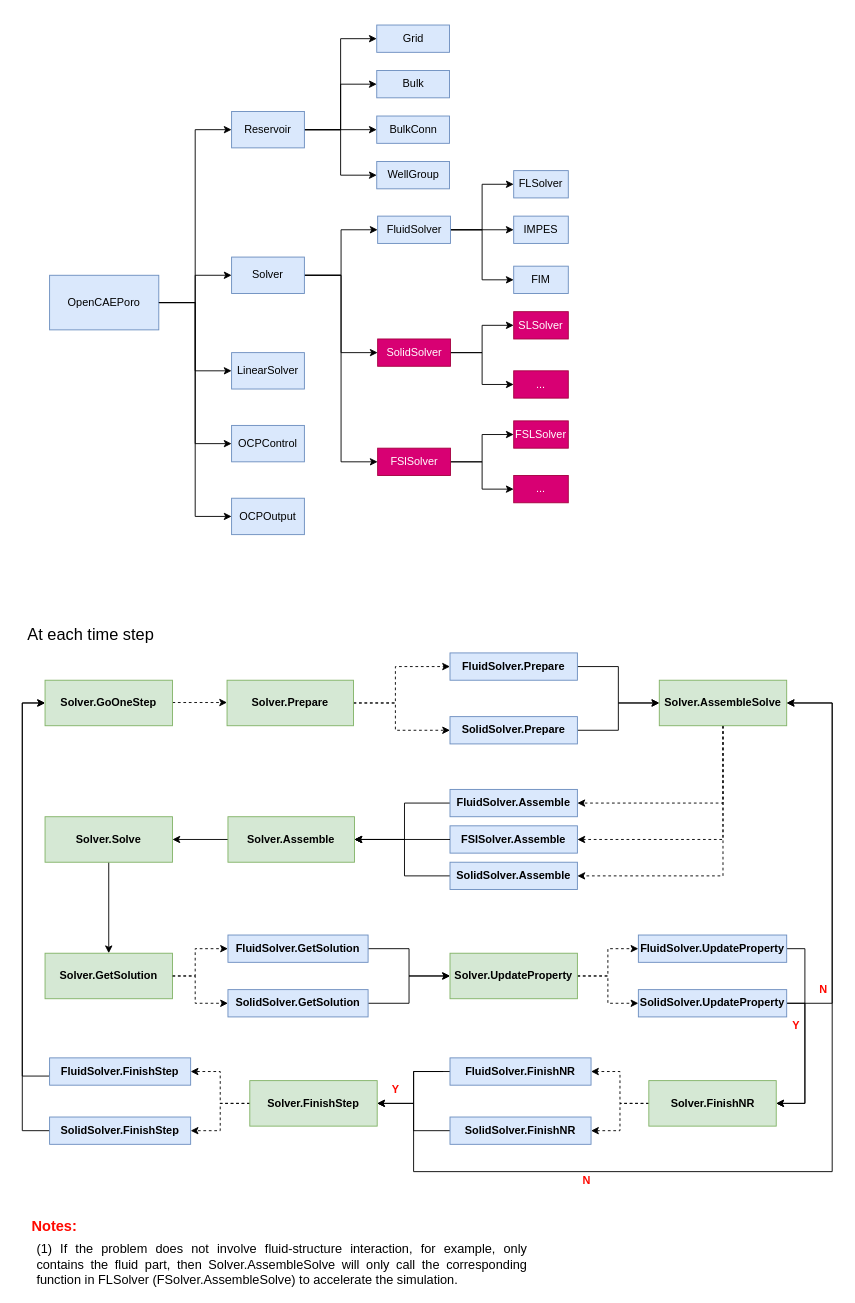
The draw.io diagram manual/FlowChart.drawio in OpenCAEPlus/OpenCAEPoro, before the edit. Source tidied: cells renumbered, new cells numbered last; positions are measured from the earlier drawing's top-left corner, leaving out a move shared by most shapes. Both pictures are drawn from the tidied source at 91%, with x=0, y=0 at pixel (22, 25).
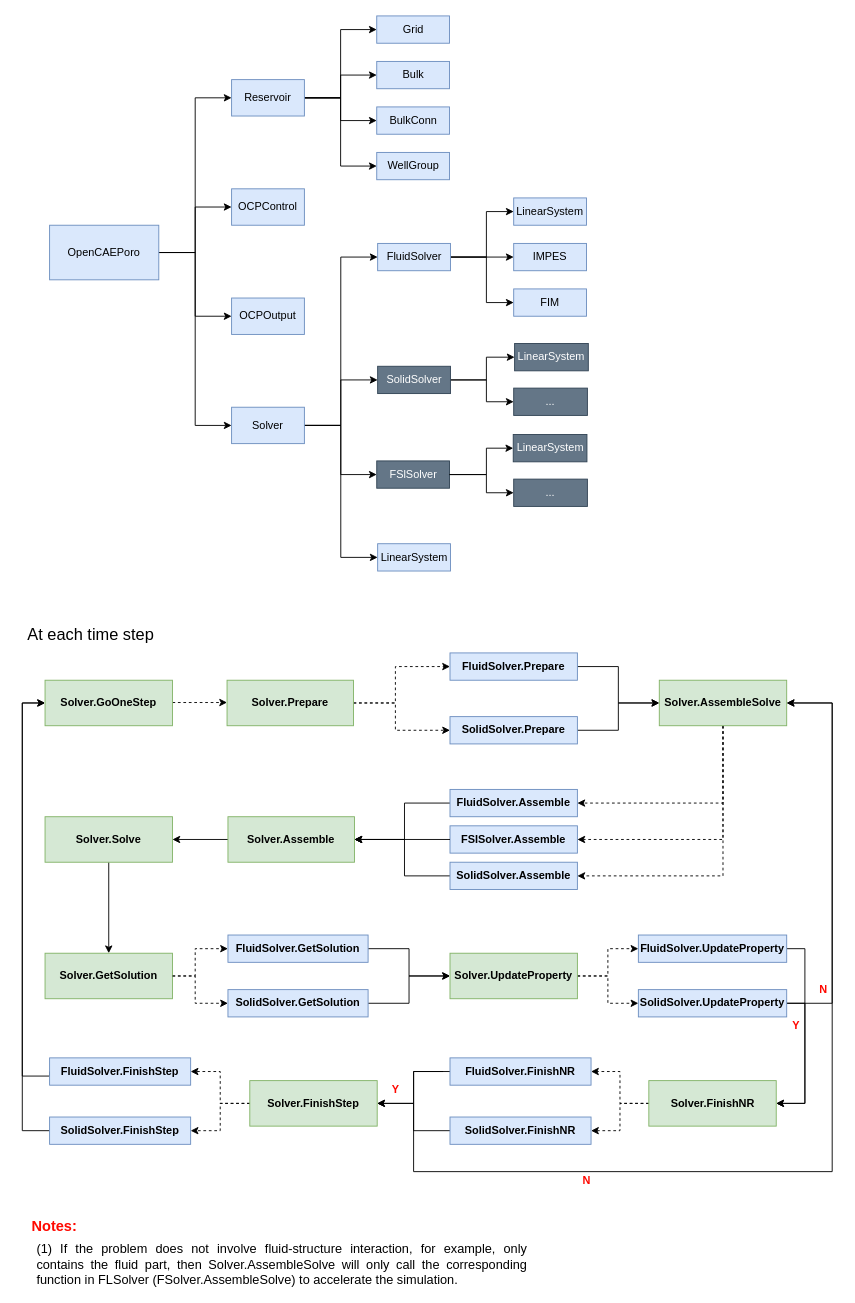
The same diagram, later.

Commit message (it also covers changes not shown here):
Modify flow chart

What changed in the source:
```diff
@@
     <mxCell id="5" style="edgeStyle=orthogonalEdgeStyle;rounded=0;jettySize=auto;html=1;exitX=1;exitY=0.5;exitDx=0;exitDy=0;entryX=0;entryY=0.5;entryDx=0;entryDy=0;" parent="1" edge="1" source="6" target="39">
-      <mxGeometry relative="1" as="geometry" />
+      <mxGeometry relative="1" as="geometry">
+        <Array as="points">
+          <mxPoint x="190" y="250" />
+          <mxPoint x="190" y="440" />
+        </Array>
+      </mxGeometry>
     </mxCell>
     <mxCell id="6" value="OpenCAEPoro" style="rounded=0;whiteSpace=wrap;html=1;fillColor=#dae8fc;strokeColor=#6c8ebf;" parent="1" vertex="1">
-      <mxGeometry x="30" y="275" width="120" height="60" as="geometry" />
+      <mxGeometry x="30" y="220" width="120" height="60" as="geometry" />
     </mxCell>
@@
     <mxCell id="11" value="Reservoir" style="rounded=0;whiteSpace=wrap;html=1;fillColor=#dae8fc;strokeColor=#6c8ebf;" parent="1" vertex="1">
-      <mxGeometry x="230" y="95" width="80" height="40" as="geometry" />
+      <mxGeometry x="230" y="60" width="80" height="40" as="geometry" />
     </mxCell>
     <mxCell id="12" value="OCPControl" style="rounded=0;whiteSpace=wrap;html=1;fillColor=#dae8fc;strokeColor=#6c8ebf;" parent="1" vertex="1">
-      <mxGeometry x="230" y="440" width="80" height="40" as="geometry" />
+      <mxGeometry x="230" y="180" width="80" height="40" as="geometry" />
     </mxCell>
     <mxCell id="13" value="OCPOutput" style="rounded=0;whiteSpace=wrap;html=1;fillColor=#dae8fc;strokeColor=#6c8ebf;" parent="1" vertex="1">
-      <mxGeometry x="230" y="520" width="80" height="40" as="geometry" />
+      <mxGeometry x="230" y="300" width="80" height="40" as="geometry" />
     </mxCell>
     <mxCell id="14" value="Grid" style="rounded=0;whiteSpace=wrap;html=1;fillColor=#dae8fc;strokeColor=#6c8ebf;" parent="1" vertex="1">
-      <mxGeometry x="389.5" width="80" height="30" as="geometry" />
+      <mxGeometry x="389.5" y="-10" width="80" height="30" as="geometry" />
     </mxCell>
     <mxCell id="15" value="Bulk" style="rounded=0;whiteSpace=wrap;html=1;fillColor=#dae8fc;strokeColor=#6c8ebf;" parent="1" vertex="1">
-      <mxGeometry x="389.5" y="50" width="80" height="30" as="geometry" />
+      <mxGeometry x="389.5" y="40" width="80" height="30" as="geometry" />
     </mxCell>
     <mxCell id="16" value="WellGroup" style="rounded=0;whiteSpace=wrap;html=1;fillColor=#dae8fc;strokeColor=#6c8ebf;" parent="1" vertex="1">
-      <mxGeometry x="389.5" y="150" width="80" height="30" as="geometry" />
+      <mxGeometry x="389.5" y="140" width="80" height="30" as="geometry" />
     </mxCell>
     <mxCell id="17" value="BulkConn" style="rounded=0;whiteSpace=wrap;html=1;fillColor=#dae8fc;strokeColor=#6c8ebf;" parent="1" vertex="1">
-      <mxGeometry x="389.5" y="100" width="80" height="30" as="geometry" />
+      <mxGeometry x="389.5" y="90" width="80" height="30" as="geometry" />
     </mxCell>
     <mxCell id="18" style="edgeStyle=orthogonalEdgeStyle;rounded=0;jettySize=auto;html=1;exitX=1;exitY=0.5;exitDx=0;exitDy=0;entryX=0;entryY=0.5;entryDx=0;entryDy=0;" parent="1" edge="1" source="21" target="25">
-      <mxGeometry relative="1" as="geometry" />
+      <mxGeometry relative="1" as="geometry">
+        <Array as="points">
+          <mxPoint x="510" y="255" />
+          <mxPoint x="510" y="205" />
+        </Array>
+      </mxGeometry>
     </mxCell>
@@
     <mxCell id="20" style="edgeStyle=orthogonalEdgeStyle;rounded=0;jettySize=auto;html=1;exitX=1;exitY=0.5;exitDx=0;exitDy=0;entryX=0;entryY=0.5;entryDx=0;entryDy=0;" parent="1" edge="1" source="21" target="27">
-      <mxGeometry relative="1" as="geometry" />
+      <mxGeometry relative="1" as="geometry">
+        <Array as="points">
+          <mxPoint x="510" y="255" />
+          <mxPoint x="510" y="305" />
+        </Array>
+      </mxGeometry>
     </mxCell>
     <mxCell id="21" value="FluidSolver" style="rounded=0;whiteSpace=wrap;html=1;fillColor=#dae8fc;strokeColor=#6c8ebf;" parent="1" vertex="1">
-      <mxGeometry x="390.5" y="210" width="80" height="30" as="geometry" />
+      <mxGeometry x="390.5" y="240" width="80" height="30" as="geometry" />
     </mxCell>
     <mxCell id="22" style="edgeStyle=orthogonalEdgeStyle;rounded=0;jettySize=auto;html=1;exitX=1;exitY=0.5;exitDx=0;exitDy=0;entryX=0;entryY=0.5;entryDx=0;entryDy=0;" parent="1" edge="1" source="24" target="28">
-      <mxGeometry relative="1" as="geometry" />
+      <mxGeometry relative="1" as="geometry">
+        <Array as="points">
+          <mxPoint x="510" y="390" />
+          <mxPoint x="510" y="365" />
+        </Array>
+      </mxGeometry>
     </mxCell>
     <mxCell id="23" style="edgeStyle=orthogonalEdgeStyle;rounded=0;jettySize=auto;html=1;exitX=1;exitY=0.5;exitDx=0;exitDy=0;entryX=0;entryY=0.5;entryDx=0;entryDy=0;" parent="1" edge="1" source="24" target="29">
-      <mxGeometry relative="1" as="geometry" />
+      <mxGeometry relative="1" as="geometry">
+        <Array as="points">
+          <mxPoint x="510" y="390" />
+          <mxPoint x="510" y="414" />
+        </Array>
+      </mxGeometry>
     </mxCell>
-    <mxCell id="24" value="SolidSolver" style="rounded=0;whiteSpace=wrap;html=1;fillColor=#d80073;strokeColor=#A50040;fontColor=#ffffff;" parent="1" vertex="1">
-      <mxGeometry x="390.5" y="345" width="80" height="30" as="geometry" />
+    <mxCell id="24" value="SolidSolver" style="rounded=0;whiteSpace=wrap;html=1;fillColor=#647687;strokeColor=#314354;fontColor=#ffffff;" parent="1" vertex="1">
+      <mxGeometry x="390.5" y="375" width="80" height="30" as="geometry" />
     </mxCell>
-    <mxCell id="25" value="FLSolver" style="rounded=0;whiteSpace=wrap;html=1;fillColor=#dae8fc;strokeColor=#6c8ebf;" parent="1" vertex="1">
-      <mxGeometry x="540" y="160" width="60" height="30" as="geometry" />
+    <mxCell id="25" value="LinearSystem" style="rounded=0;whiteSpace=wrap;html=1;fillColor=#dae8fc;strokeColor=#6c8ebf;" parent="1" vertex="1">
+      <mxGeometry x="540" y="190" width="80" height="30" as="geometry" />
     </mxCell>
     <mxCell id="26" value="IMPES" style="rounded=0;whiteSpace=wrap;html=1;fillColor=#dae8fc;strokeColor=#6c8ebf;" parent="1" vertex="1">
-      <mxGeometry x="540" y="210" width="60" height="30" as="geometry" />
+      <mxGeometry x="540" y="240" width="80" height="30" as="geometry" />
     </mxCell>
     <mxCell id="27" value="FIM" style="rounded=0;whiteSpace=wrap;html=1;fillColor=#dae8fc;strokeColor=#6c8ebf;" parent="1" vertex="1">
-      <mxGeometry x="540" y="265" width="60" height="30" as="geometry" />
+      <mxGeometry x="540" y="290" width="80" height="30" as="geometry" />
     </mxCell>
-    <mxCell id="28" value="SLSolver" style="rounded=0;whiteSpace=wrap;html=1;fillColor=#d80073;strokeColor=#A50040;fontColor=#ffffff;" parent="1" vertex="1">
-      <mxGeometry x="540" y="315" width="60" height="30" as="geometry" />
+    <mxCell id="28" value="LinearSystem" style="rounded=0;whiteSpace=wrap;html=1;fillColor=#647687;strokeColor=#314354;fontColor=#ffffff;" parent="1" vertex="1">
+      <mxGeometry x="541" y="350" width="81" height="30" as="geometry" />
     </mxCell>
-    <mxCell id="29" value="..." style="rounded=0;whiteSpace=wrap;html=1;fillColor=#d80073;strokeColor=#A50040;fontColor=#ffffff;" parent="1" vertex="1">
-      <mxGeometry x="540" y="380" width="60" height="30" as="geometry" />
+    <mxCell id="29" value="..." style="rounded=0;whiteSpace=wrap;html=1;fillColor=#647687;strokeColor=#314354;fontColor=#ffffff;" parent="1" vertex="1">
+      <mxGeometry x="540" y="399" width="81" height="30" as="geometry" />
     </mxCell>
-    <mxCell id="30" style="edgeStyle=orthogonalEdgeStyle;rounded=0;jettySize=auto;html=1;exitX=1;exitY=0.5;exitDx=0;exitDy=0;entryX=0;entryY=0.5;entryDx=0;entryDy=0;" parent="1" edge="1" source="32" target="33">
-      <mxGeometry relative="1" as="geometry" />
-    </mxCell>
-    <mxCell id="31" style="edgeStyle=orthogonalEdgeStyle;rounded=0;jettySize=auto;html=1;exitX=1;exitY=0.5;exitDx=0;exitDy=0;entryX=0;entryY=0.5;entryDx=0;entryDy=0;" parent="1" edge="1" source="32" target="34">
-      <mxGeometry relative="1" as="geometry" />
-    </mxCell>
-    <mxCell id="32" value="FSlSolver" style="rounded=0;whiteSpace=wrap;html=1;fillColor=#d80073;strokeColor=#A50040;fontColor=#ffffff;" parent="1" vertex="1">
-      <mxGeometry x="390.5" y="465" width="80" height="30" as="geometry" />
+    <mxCell id="32" value="FSlSolver" style="rounded=0;whiteSpace=wrap;html=1;fillColor=#647687;strokeColor=#314354;fontColor=#ffffff;" parent="1" vertex="1">
+      <mxGeometry x="389.5" y="479" width="80" height="30" as="geometry" />
     </mxCell>
-    <mxCell id="33" value="FSLSolver" style="rounded=0;whiteSpace=wrap;html=1;fillColor=#d80073;strokeColor=#A50040;fontColor=#ffffff;" parent="1" vertex="1">
-      <mxGeometry x="540" y="435" width="60" height="30" as="geometry" />
+    <mxCell id="33" value="LinearSystem" style="rounded=0;whiteSpace=wrap;html=1;fillColor=#647687;strokeColor=#314354;fontColor=#ffffff;" parent="1" vertex="1">
+      <mxGeometry x="539.5" y="450" width="81" height="30" as="geometry" />
     </mxCell>
-    <mxCell id="34" value="..." style="rounded=0;whiteSpace=wrap;html=1;fillColor=#d80073;strokeColor=#A50040;fontColor=#ffffff;" parent="1" vertex="1">
-      <mxGeometry x="540" y="495" width="60" height="30" as="geometry" />
+    <mxCell id="34" value="..." style="rounded=0;whiteSpace=wrap;html=1;fillColor=#647687;strokeColor=#314354;fontColor=#ffffff;" parent="1" vertex="1">
+      <mxGeometry x="540" y="499" width="81" height="30" as="geometry" />
     </mxCell>
-    <mxCell id="35" value="LinearSolver" style="rounded=0;whiteSpace=wrap;html=1;fillColor=#dae8fc;strokeColor=#6c8ebf;" parent="1" vertex="1">
-      <mxGeometry x="230" y="360" width="80" height="40" as="geometry" />
-    </mxCell>
     <mxCell id="36" style="edgeStyle=orthogonalEdgeStyle;rounded=0;jettySize=auto;html=1;exitX=1;exitY=0.5;exitDx=0;exitDy=0;entryX=0;entryY=0.5;entryDx=0;entryDy=0;" parent="1" edge="1" source="39" target="32">
-      <mxGeometry relative="1" as="geometry" />
+      <mxGeometry relative="1" as="geometry">
+        <Array as="points">
+          <mxPoint x="350" y="440" />
+          <mxPoint x="350" y="494" />
+        </Array>
+      </mxGeometry>
     </mxCell>
     <mxCell id="37" style="edgeStyle=orthogonalEdgeStyle;rounded=0;jettySize=auto;html=1;exitX=1;exitY=0.5;exitDx=0;exitDy=0;entryX=0;entryY=0.5;entryDx=0;entryDy=0;" parent="1" edge="1" source="39" target="21">
-      <mxGeometry relative="1" as="geometry" />
+      <mxGeometry relative="1" as="geometry">
+        <Array as="points">
+          <mxPoint x="350" y="440" />
+          <mxPoint x="350" y="255" />
+        </Array>
+      </mxGeometry>
     </mxCell>
     <mxCell id="38" style="edgeStyle=orthogonalEdgeStyle;rounded=0;jettySize=auto;html=1;exitX=1;exitY=0.5;exitDx=0;exitDy=0;entryX=0;entryY=0.5;entryDx=0;entryDy=0;" parent="1" edge="1" source="39" target="24">
-      <mxGeometry relative="1" as="geometry" />
+      <mxGeometry relative="1" as="geometry">
+        <Array as="points">
+          <mxPoint x="350" y="440" />
+          <mxPoint x="350" y="390" />
+        </Array>
+      </mxGeometry>
     </mxCell>
+    <mxCell id="101" style="edgeStyle=orthogonalEdgeStyle;rounded=0;jettySize=auto;html=1;exitX=1;exitY=0.5;exitDx=0;exitDy=0;entryX=0;entryY=0.5;entryDx=0;entryDy=0;" parent="1" edge="1" source="39" target="102">
+      <mxGeometry relative="1" as="geometry">
+        <Array as="points">
+          <mxPoint x="350" y="440" />
+          <mxPoint x="350" y="585" />
+        </Array>
+      </mxGeometry>
+    </mxCell>
     <mxCell id="39" value="Solver" style="rounded=0;whiteSpace=wrap;html=1;fillColor=#dae8fc;strokeColor=#6c8ebf;" parent="1" vertex="1">
-      <mxGeometry x="230" y="255" width="80" height="40" as="geometry" />
+      <mxGeometry x="230" y="420" width="80" height="40" as="geometry" />
     </mxCell>
@@
-    <mxCell id="100" style="edgeStyle=orthogonalEdgeStyle;rounded=0;jettySize=auto;html=1;exitX=1;exitY=0.5;exitDx=0;exitDy=0;entryX=0;entryY=0.5;entryDx=0;entryDy=0;" parent="1" edge="1" source="6" target="35">
-      <mxGeometry relative="1" as="geometry" />
-    </mxCell>
+    <mxCell id="102" value="LinearSystem" style="rounded=0;whiteSpace=wrap;html=1;fillColor=#dae8fc;strokeColor=#6c8ebf;" parent="1" vertex="1">
+      <mxGeometry x="390.5" y="570" width="80" height="30" as="geometry" />
+    </mxCell>
+    <mxCell id="31" style="endArrow=classic;html=1;rounded=0;exitX=1;exitY=0.5;exitDx=0;exitDy=0;entryX=0;entryY=0.5;entryDx=0;entryDy=0;" parent="1" edge="1" source="32" target="34">
+      <mxGeometry relative="1" as="geometry">
+        <Array as="points">
+          <mxPoint x="510" y="494" />
+          <mxPoint x="510" y="514" />
+        </Array>
+      </mxGeometry>
+    </mxCell>
+    <mxCell id="30" style="endArrow=classic;html=1;rounded=0;entryX=0;entryY=0.5;entryDx=0;entryDy=0;exitX=1;exitY=0.5;exitDx=0;exitDy=0;" parent="1" edge="1" source="32" target="33">
+      <mxGeometry relative="1" as="geometry">
+        <Array as="points">
+          <mxPoint x="510" y="494" />
+          <mxPoint x="510" y="465" />
+        </Array>
+      </mxGeometry>
+    </mxCell>
```
